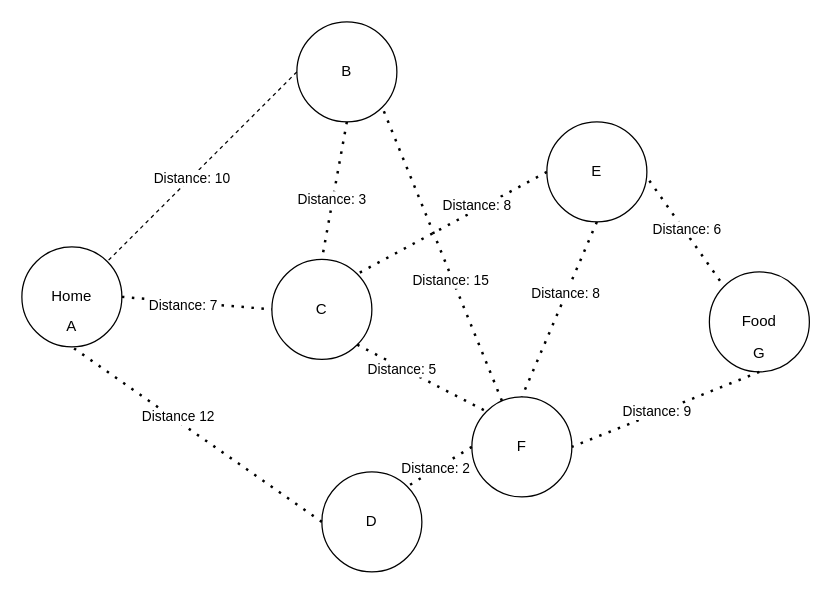
Before: flowcharts/graphMap.drawio in pizzaguyapprentice/The-Ant-Colony-Optimisation-Problem, a draw.io diagram. Source tidied: cells renumbered, new cells numbered last; positions are measured from the earlier drawing's top-left corner, leaving out a move shared by most shapes. Both pictures are drawn from the tidied source at 125%, with x=0, y=0 at pixel (21, 21).
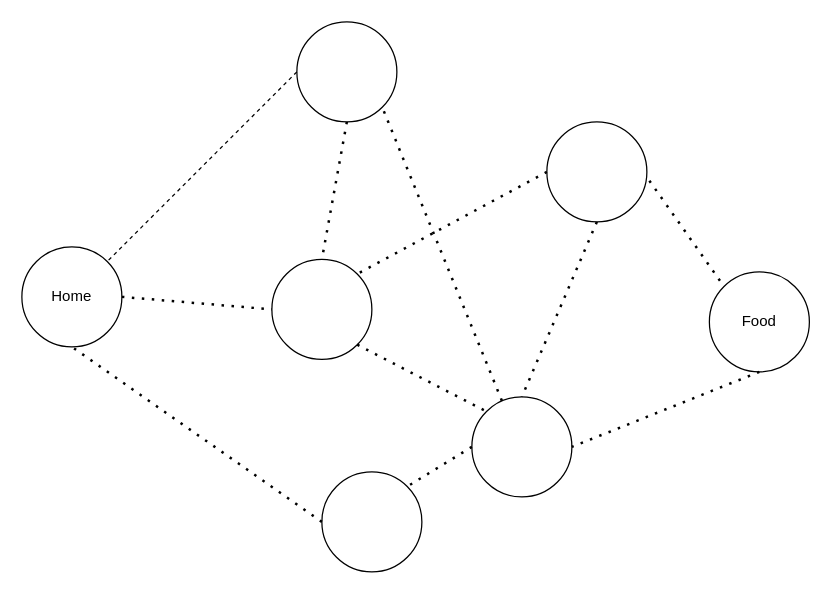
The same page after the edit.

The change refers to these unchanged cells:
```xml
<mxCell id="6" style="endArrow=none;dashed=1;html=1;rounded=0;entryX=1;entryY=0;entryDx=0;entryDy=0;exitX=0;exitY=0.5;exitDx=0;exitDy=0;" parent="1" edge="1" source="3" target="2">
  <mxGeometry relative="1" as="geometry" />
</mxCell>
<mxCell id="8" style="endArrow=none;dashed=1;html=1;dashPattern=1 3;strokeWidth=2;rounded=0;entryX=0;entryY=0.5;entryDx=0;entryDy=0;exitX=1;exitY=0.5;exitDx=0;exitDy=0;" parent="1" edge="1" source="2" target="5">
  <mxGeometry relative="1" as="geometry" />
</mxCell>
<mxCell id="10" style="endArrow=none;dashed=1;html=1;dashPattern=1 3;strokeWidth=2;rounded=0;exitX=0;exitY=0.5;exitDx=0;exitDy=0;entryX=0.5;entryY=1;entryDx=0;entryDy=0;" parent="1" edge="1" source="4" target="2">
  <mxGeometry relative="1" as="geometry" />
</mxCell>
<mxCell id="15" style="endArrow=none;dashed=1;html=1;dashPattern=1 3;strokeWidth=2;rounded=0;entryX=0.5;entryY=0;entryDx=0;entryDy=0;exitX=0.5;exitY=1;exitDx=0;exitDy=0;" parent="1" edge="1" source="3" target="5">
  <mxGeometry relative="1" as="geometry" />
</mxCell>
<mxCell id="17" style="endArrow=none;dashed=1;html=1;dashPattern=1 3;strokeWidth=2;rounded=0;entryX=1;entryY=0;entryDx=0;entryDy=0;exitX=0;exitY=0.5;exitDx=0;exitDy=0;" parent="1" edge="1" source="12" target="5">
  <mxGeometry relative="1" as="geometry" />
</mxCell>
<mxCell id="19" style="endArrow=none;dashed=1;html=1;dashPattern=1 3;strokeWidth=2;rounded=0;entryX=0;entryY=0;entryDx=0;entryDy=0;exitX=1;exitY=1;exitDx=0;exitDy=0;" parent="1" edge="1" source="5" target="13">
  <mxGeometry relative="1" as="geometry" />
</mxCell>
<mxCell id="21" style="endArrow=none;dashed=1;html=1;dashPattern=1 3;strokeWidth=2;rounded=0;entryX=1;entryY=0;entryDx=0;entryDy=0;exitX=0;exitY=0.5;exitDx=0;exitDy=0;" parent="1" edge="1" source="13" target="4">
  <mxGeometry relative="1" as="geometry" />
</mxCell>
<mxCell id="23" style="endArrow=none;dashed=1;html=1;dashPattern=1 3;strokeWidth=2;rounded=0;entryX=0.5;entryY=0;entryDx=0;entryDy=0;exitX=0.5;exitY=1;exitDx=0;exitDy=0;" parent="1" edge="1" source="12" target="13">
  <mxGeometry relative="1" as="geometry" />
</mxCell>
<mxCell id="25" style="endArrow=none;dashed=1;html=1;dashPattern=1 3;strokeWidth=2;rounded=0;entryX=0;entryY=0;entryDx=0;entryDy=0;exitX=1.025;exitY=0.588;exitDx=0;exitDy=0;exitPerimeter=0;" parent="1" edge="1" source="12" target="14">
  <mxGeometry relative="1" as="geometry" />
</mxCell>
<mxCell id="27" style="endArrow=none;dashed=1;html=1;dashPattern=1 3;strokeWidth=2;rounded=0;entryX=1;entryY=0.5;entryDx=0;entryDy=0;exitX=0.5;exitY=1;exitDx=0;exitDy=0;" parent="1" edge="1" source="14" target="13">
  <mxGeometry relative="1" as="geometry" />
</mxCell>
<mxCell id="29" style="endArrow=none;dashed=1;html=1;dashPattern=1 3;strokeWidth=2;rounded=0;entryX=1;entryY=1;entryDx=0;entryDy=0;exitX=0.3;exitY=0.038;exitDx=0;exitDy=0;exitPerimeter=0;" parent="1" edge="1" source="13" target="3">
  <mxGeometry relative="1" as="geometry" />
</mxCell>
```

Change to the diagram source:
```diff
@@
-    <mxCell id="3" value="B" style="ellipse;whiteSpace=wrap;html=1;" parent="1" vertex="1">
+    <mxCell id="3" style="ellipse;whiteSpace=wrap;html=1;" parent="1" vertex="1">
       <mxGeometry x="220" width="80" height="80" as="geometry" />
     </mxCell>
-    <mxCell id="4" value="D" style="ellipse;whiteSpace=wrap;html=1;" parent="1" vertex="1">
+    <mxCell id="4" style="ellipse;whiteSpace=wrap;html=1;" parent="1" vertex="1">
       <mxGeometry x="240" y="360" width="80" height="80" as="geometry" />
     </mxCell>
-    <mxCell id="5" value="C" style="ellipse;whiteSpace=wrap;html=1;" parent="1" vertex="1">
+    <mxCell id="5" style="ellipse;whiteSpace=wrap;html=1;" parent="1" vertex="1">
       <mxGeometry x="200" y="190" width="80" height="80" as="geometry" />
     </mxCell>
@@
-    <mxCell id="7" value="Distance: 10" style="edgeLabel;html=1;align=center;verticalAlign=middle;" parent="6" vertex="1">
-      <mxGeometry x="0.11" y="-1" relative="1" as="geometry">
-        <mxPoint y="1" as="offset" />
-      </mxGeometry>
-    </mxCell>
@@
-    <mxCell id="9" value="Distance: 7" style="edgeLabel;html=1;align=center;verticalAlign=middle;" parent="8" vertex="1">
-      <mxGeometry x="-0.18" y="-2" relative="1" as="geometry" />
-    </mxCell>
@@
-    <mxCell id="11" value="Distance 12" style="edgeLabel;html=1;align=center;verticalAlign=middle;" parent="10" vertex="1">
-      <mxGeometry x="0.17" y="-3" relative="1" as="geometry" />
-    </mxCell>
-    <mxCell id="12" value="E" style="ellipse;whiteSpace=wrap;html=1;" parent="1" vertex="1">
+    <mxCell id="12" style="ellipse;whiteSpace=wrap;html=1;" parent="1" vertex="1">
       <mxGeometry x="420" y="80" width="80" height="80" as="geometry" />
     </mxCell>
-    <mxCell id="13" value="F" style="ellipse;whiteSpace=wrap;html=1;" parent="1" vertex="1">
+    <mxCell id="13" style="ellipse;whiteSpace=wrap;html=1;" parent="1" vertex="1">
       <mxGeometry x="360" y="300" width="80" height="80" as="geometry" />
     </mxCell>
@@
-    <mxCell id="16" value="Distance: 3" style="edgeLabel;html=1;align=center;verticalAlign=middle;" parent="15" vertex="1">
-      <mxGeometry x="0.12" y="-1" relative="1" as="geometry" />
-    </mxCell>
@@
-    <mxCell id="18" value="Distance: 8" style="edgeLabel;html=1;align=center;verticalAlign=middle;" parent="17" vertex="1">
-      <mxGeometry x="-0.28" y="-3" relative="1" as="geometry" />
-    </mxCell>
@@
-    <mxCell id="20" value="Distance: 5" style="edgeLabel;html=1;align=center;verticalAlign=middle;" parent="19" vertex="1">
-      <mxGeometry x="-0.31" y="-1" relative="1" as="geometry" />
-    </mxCell>
@@
-    <mxCell id="22" value="Distance: 2" style="edgeLabel;html=1;align=center;verticalAlign=middle;" parent="21" vertex="1">
-      <mxGeometry x="0.13" y="-1" relative="1" as="geometry" />
-    </mxCell>
@@
-    <mxCell id="24" value="Distance: 8" style="edgeLabel;html=1;align=center;verticalAlign=middle;" parent="23" vertex="1">
-      <mxGeometry x="-0.18" y="-1" relative="1" as="geometry" />
-    </mxCell>
@@
-    <mxCell id="26" value="Distance: 6" style="edgeLabel;html=1;align=center;verticalAlign=middle;" parent="25" vertex="1">
-      <mxGeometry x="-0.08" y="2" relative="1" as="geometry" />
-    </mxCell>
@@
-    <mxCell id="28" value="Distance: 9" style="edgeLabel;html=1;align=center;verticalAlign=middle;" parent="27" vertex="1">
-      <mxGeometry x="0.09" y="-1" relative="1" as="geometry" />
-    </mxCell>
@@
-    <mxCell id="30" value="Distance: 15" style="edgeLabel;html=1;align=center;verticalAlign=middle;" parent="29" vertex="1">
-      <mxGeometry x="-0.17" y="2" relative="1" as="geometry" />
-    </mxCell>
-    <mxCell id="31" value="A" style="text;html=1;align=center;verticalAlign=middle;whiteSpace=wrap;rounded=0;" parent="1" vertex="1">
-      <mxGeometry x="10" y="229" width="60" height="30" as="geometry" />
-    </mxCell>
-    <mxCell id="32" value="G" style="text;html=1;align=center;verticalAlign=middle;whiteSpace=wrap;rounded=0;" parent="1" vertex="1">
-      <mxGeometry x="560" y="250" width="60" height="30" as="geometry" />
-    </mxCell>
```
